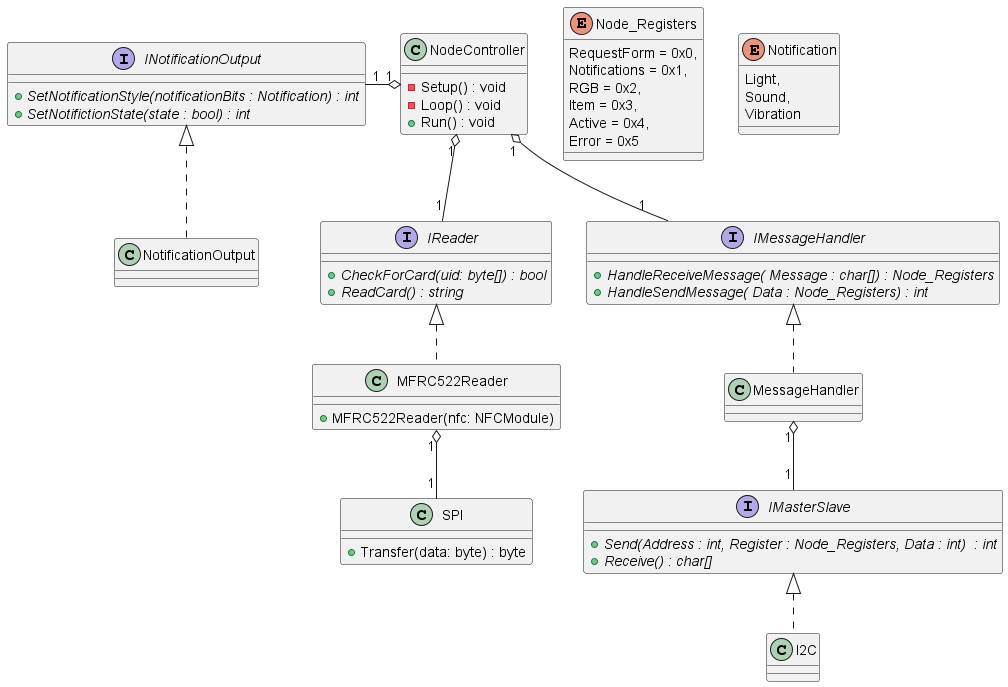
Above: Designs/Arduino nano/ClassDiagramReader.png in T3-FindIt/FindIt (PlantUML), before the change.
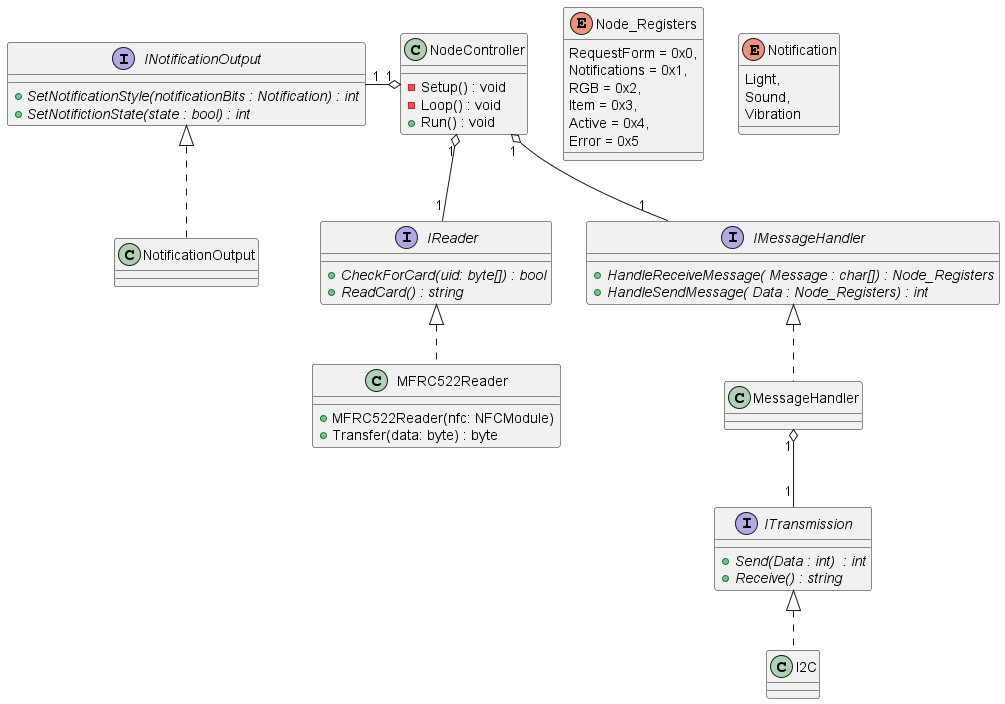
After the change.

Change to the diagram source:
```diff
@@ -7,10 +7,10 @@
     {method} + Run() : void
 }
 
-Interface IMasterSlave
+Interface ITransmission
 {
-    {abstract} + Send(Address : int, Register : Node_Registers, Data : int)  : int
-    {abstract} + Receive() : char[]
+    {abstract} + Send(Data : int)  : int
+    {abstract} + Receive() : string
 }
 
 Interface INotificationOutput
@@ -23,10 +23,6 @@
 {
 }
 
-class SPI {
-   {method} + Transfer(data: byte) : byte
-}
-
 interface IReader {
     {abstract} + CheckForCard(uid: byte[]) : bool
     {abstract} + ReadCard() : string
@@ -34,6 +30,7 @@
 
 class MFRC522Reader {
     {method} + MFRC522Reader(nfc: NFCModule)
+    {method} + Transfer(data: byte) : byte
 }
 
 interface IMessageHandler {
@@ -67,13 +64,12 @@
 
 IMessageHandler <|.. MessageHandler
 
-MessageHandler "1" o-- "1" IMasterSlave
+MessageHandler "1" o-- "1" ITransmission
 
 INotificationOutput <|.. NotificationOutput
 
-IMasterSlave <|.. I2C
+ITransmission <|.. I2C
 
 IReader <|.. MFRC522Reader
-MFRC522Reader "1" o-- "1" SPI
 
 @enduml
```
